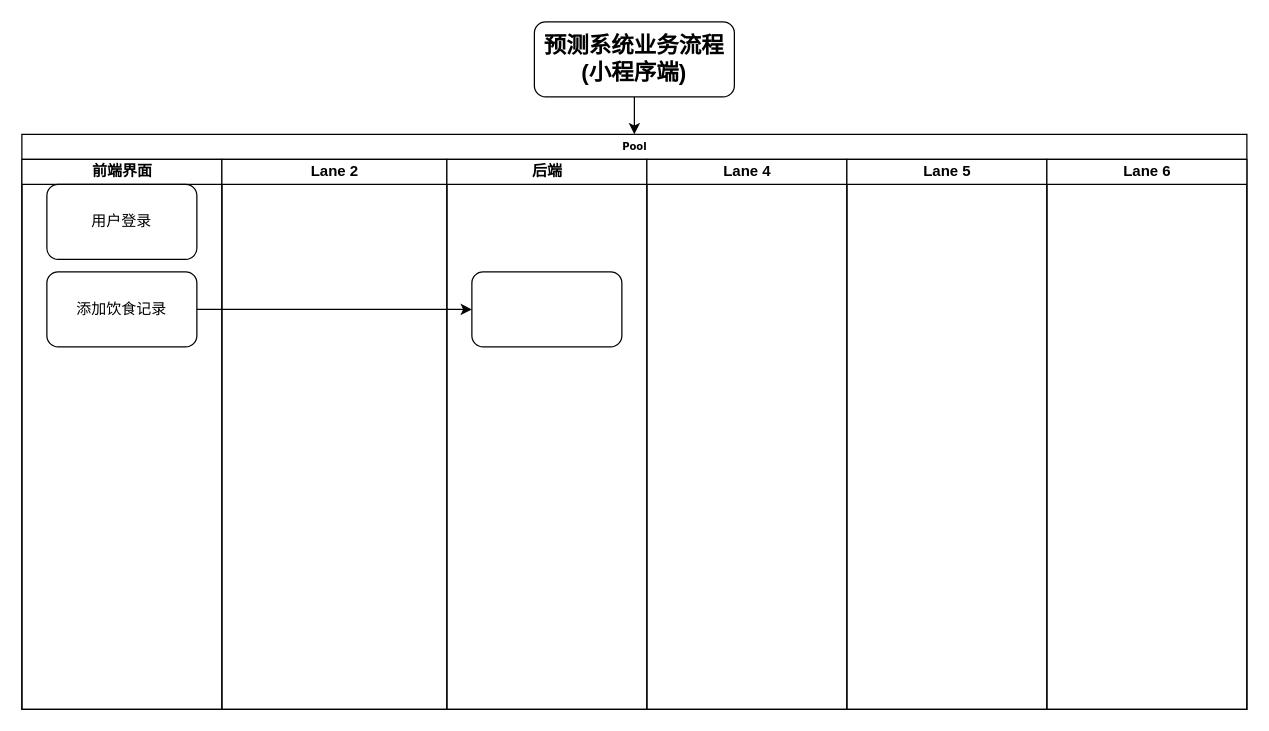
Earlier version of the draw.io diagram 未命名绘图.drawio (18501426092/18501426092). Source tidied: cells renumbered, new cells numbered last; positions are measured from the earlier drawing's top-left corner, leaving out a move shared by most shapes. Both pictures are drawn from the tidied source at 125%, with x=0, y=0 at pixel (21, 21).
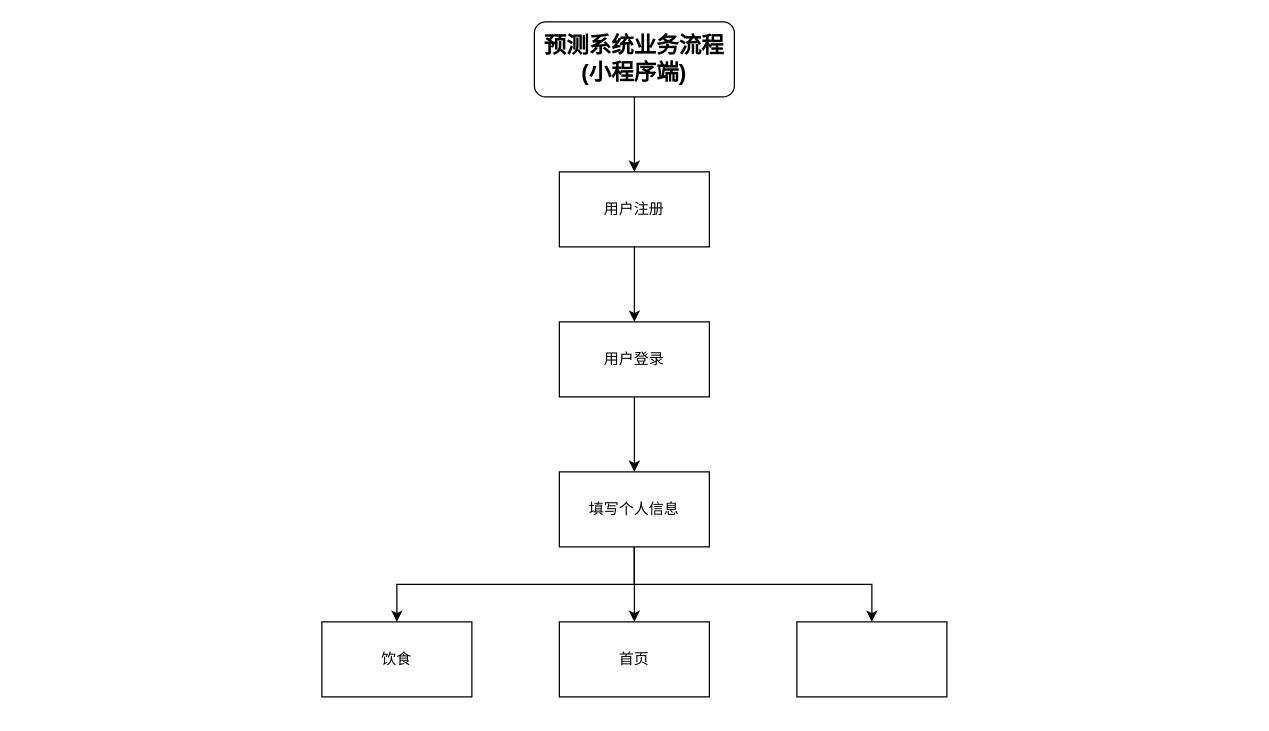
The same page after the edit.

Commit message (it also covers changes not shown here):
更新未命名绘图.drawio

Diff of the diagram source:
```diff
@@
 <mxGraphModel>
   <root>
     <mxCell id="0" />
     <mxCell id="1" parent="0" />
-    <mxCell id="2" value="Pool" style="swimlane;html=1;startSize=20;rounded=0;shadow=0;labelBackgroundColor=none;strokeWidth=1;fontFamily=Verdana;fontSize=8;align=center;" parent="1" vertex="1">
-      <mxGeometry y="90" width="980" height="460" as="geometry" />
-    </mxCell>
-    <mxCell id="3" value="前端界面" style="swimlane;html=1;startSize=20;" parent="2" vertex="1">
-      <mxGeometry y="20" width="160" height="440" as="geometry" />
-    </mxCell>
+    <mxCell id="15" style="edgeStyle=orthogonalEdgeStyle;rounded=0;jettySize=auto;html=1;entryX=0.5;entryY=0;entryDx=0;entryDy=0;" parent="1" edge="1" source="14" target="24">
+      <mxGeometry relative="1" as="geometry" />
+    </mxCell>
+    <mxCell id="14" value="预测系统业务流程(小程序端)" style="rounded=1;whiteSpace=wrap;html=1;fontStyle=1;fontSize=18;" parent="1" vertex="1">
+      <mxGeometry x="410" width="160" height="60" as="geometry" />
+    </mxCell>
+    <mxCell id="16" style="edgeStyle=orthogonalEdgeStyle;rounded=0;jettySize=auto;html=1;" parent="1" edge="1" source="4" target="20">
+      <mxGeometry relative="1" as="geometry" />
+    </mxCell>
-    <mxCell id="4" value="用户登录" style="rounded=1;whiteSpace=wrap;html=1;" parent="3" vertex="1">
-      <mxGeometry x="20" y="20" width="120" height="60" as="geometry" />
+    <mxCell id="4" value="用户登录" style="rounded=0;whiteSpace=wrap;html=1;" parent="1" vertex="1">
+      <mxGeometry x="430" y="240" width="120" height="60" as="geometry" />
     </mxCell>
-    <mxCell id="5" value="添加饮食记录" style="rounded=1;whiteSpace=wrap;html=1;" parent="3" vertex="1">
-      <mxGeometry x="20" y="90" width="120" height="60" as="geometry" />
-    </mxCell>
-    <mxCell id="6" value="Lane 2" style="swimlane;html=1;startSize=20;" parent="2" vertex="1">
-      <mxGeometry x="160" y="20" width="180" height="440" as="geometry" />
-    </mxCell>
-    <mxCell id="7" value="后端" style="swimlane;html=1;startSize=20;" parent="2" vertex="1">
-      <mxGeometry x="340" y="20" width="160" height="440" as="geometry" />
-    </mxCell>
-    <mxCell id="8" style="whiteSpace=wrap;html=1;rounded=1;" parent="7" vertex="1">
-      <mxGeometry x="20" y="90" width="120" height="60" as="geometry" />
-    </mxCell>
-    <mxCell id="9" value="Lane 4" style="swimlane;html=1;startSize=20;" parent="2" vertex="1">
-      <mxGeometry x="500" y="20" width="160" height="440" as="geometry" />
-    </mxCell>
-    <mxCell id="10" value="Lane 5" style="swimlane;html=1;startSize=20;" parent="2" vertex="1">
-      <mxGeometry x="660" y="20" width="160" height="440" as="geometry" />
-    </mxCell>
-    <mxCell id="11" value="Lane 6" style="swimlane;html=1;startSize=20;" parent="2" vertex="1">
-      <mxGeometry x="820" y="20" width="160" height="440" as="geometry" />
-    </mxCell>
-    <mxCell id="12" style="edgeStyle=orthogonalEdgeStyle;rounded=0;jettySize=auto;html=1;" parent="2" edge="1" source="5" target="8">
-      <mxGeometry relative="1" as="geometry" />
-    </mxCell>
-    <mxCell id="13" style="edgeStyle=orthogonalEdgeStyle;rounded=0;jettySize=auto;html=1;entryX=0.5;entryY=0;entryDx=0;entryDy=0;" parent="1" edge="1" source="14" target="2">
-      <mxGeometry relative="1" as="geometry" />
-    </mxCell>
-    <mxCell id="14" value="预测系统业务流程(小程序端)" style="rounded=1;whiteSpace=wrap;html=1;fontStyle=1;fontSize=18;" parent="1" vertex="1">
-      <mxGeometry x="410" width="160" height="60" as="geometry" />
-    </mxCell>
+    <mxCell id="17" style="edgeStyle=orthogonalEdgeStyle;rounded=0;jettySize=auto;html=1;entryX=0.5;entryY=0;entryDx=0;entryDy=0;" parent="1" edge="1" source="20" target="21">
+      <mxGeometry relative="1" as="geometry" />
+    </mxCell>
+    <mxCell id="18" style="edgeStyle=orthogonalEdgeStyle;rounded=0;jettySize=auto;html=1;entryX=0.5;entryY=0;entryDx=0;entryDy=0;exitX=0.5;exitY=1;exitDx=0;exitDy=0;" parent="1" edge="1" source="20" target="25">
+      <mxGeometry relative="1" as="geometry" />
+    </mxCell>
+    <mxCell id="19" style="edgeStyle=orthogonalEdgeStyle;rounded=0;jettySize=auto;html=1;entryX=0.5;entryY=0;entryDx=0;entryDy=0;exitX=0.5;exitY=1;exitDx=0;exitDy=0;" parent="1" edge="1" source="20" target="22">
+      <mxGeometry relative="1" as="geometry" />
+    </mxCell>
+    <mxCell id="20" value="填写个人信息" style="rounded=0;whiteSpace=wrap;html=1;" parent="1" vertex="1">
+      <mxGeometry x="430" y="360" width="120" height="60" as="geometry" />
+    </mxCell>
+    <mxCell id="21" value="首页" style="rounded=0;whiteSpace=wrap;html=1;" parent="1" vertex="1">
+      <mxGeometry x="430" y="480" width="120" height="60" as="geometry" />
+    </mxCell>
+    <mxCell id="22" value="饮食" style="rounded=0;whiteSpace=wrap;html=1;" parent="1" vertex="1">
+      <mxGeometry x="240" y="480" width="120" height="60" as="geometry" />
+    </mxCell>
+    <mxCell id="23" style="edgeStyle=orthogonalEdgeStyle;rounded=0;jettySize=auto;html=1;entryX=0.5;entryY=0;entryDx=0;entryDy=0;" parent="1" edge="1" source="24" target="4">
+      <mxGeometry relative="1" as="geometry" />
+    </mxCell>
+    <mxCell id="24" value="用户注册" style="rounded=0;whiteSpace=wrap;html=1;" parent="1" vertex="1">
+      <mxGeometry x="430" y="120" width="120" height="60" as="geometry" />
+    </mxCell>
+    <mxCell id="25" style="rounded=0;whiteSpace=wrap;html=1;" parent="1" vertex="1">
+      <mxGeometry x="620" y="480" width="120" height="60" as="geometry" />
+    </mxCell>
   </root>
 </mxGraphModel>
```
